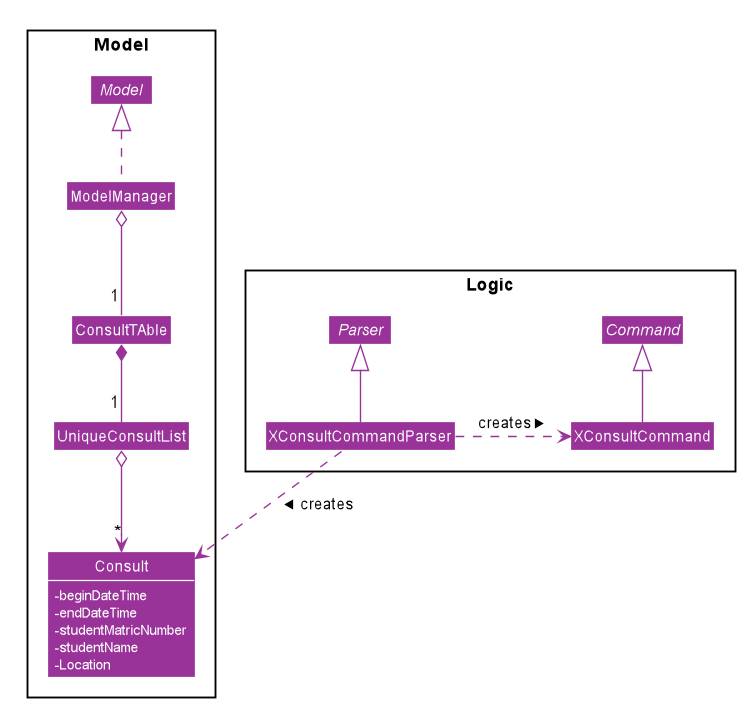
Before: images/ConsultsCommandClassDiagram.png, a diagram exported from PlantUML (AY1920-CS2103-W15-3/addressbook-level3).
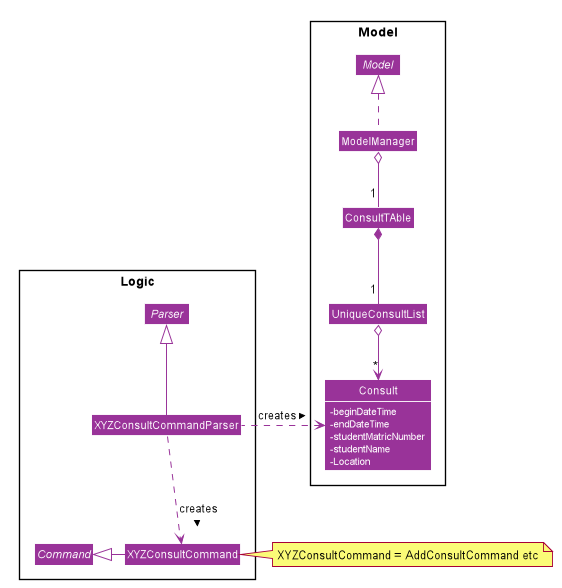
Above is the later version.

What changed in the source:
```diff
@@ -71,19 +71,21 @@
 }
 package Logic <<Rectangle>> {
 interface Parser
-class XConsultCommandParser
+class XYZConsultCommandParser
 abstract class Command
-class XConsultCommand
+class XYZConsultCommand
 }
 
 Model <|.. ModelManager
 ModelManager o-- "1" ConsultTAble
 ConsultTAble  *-- "1" UniqueConsultList
 UniqueConsultList o--> "*" Consult
-Command <|-- XConsultCommand
-XConsultCommandParser .> XConsultCommand : creates >
-XConsultCommandParser ..> Consult : creates >
-Parser <|-- XConsultCommandParser
+Command <|-right- XYZConsultCommand
+XYZConsultCommandParser ..> XYZConsultCommand : creates >
+XYZConsultCommandParser .left.> Consult : creates >
+Parser <|-- XYZConsultCommandParser
+note left of XYZConsultCommand: XYZConsultCommand = AddConsultCommand etc
+
 
 show Consult fields
 @enduml
```
